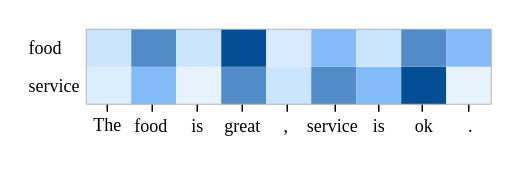
The draw.io diagram SemGCNAnalysis.drawio in zhaicao/images, before the edit. Source tidied: cells renumbered, new cells numbered last; positions are measured from the earlier drawing's top-left corner, leaving out a move shared by most shapes. Both pictures are drawn from the tidied source at 150%, with x=0, y=0 at pixel (26, 24).
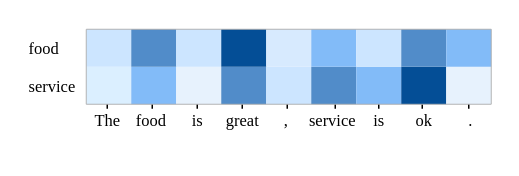
The same diagram, later.

Change to the diagram source:
```diff
@@
+    <mxCell id="42" value="service" style="text;html=1;align=left;verticalAlign=middle;strokeColor=none;fillColor=none;fontSize=11;fontFamily=Times New Roman;" parent="1" vertex="1">
+      <mxGeometry y="26" width="50" height="30" as="geometry" />
+    </mxCell>
+    <mxCell id="43" value="food" style="text;html=1;align=left;verticalAlign=middle;strokeColor=none;fillColor=none;fontSize=11;fontFamily=Times New Roman;" parent="1" vertex="1">
+      <mxGeometry y="0.5" width="40" height="30" as="geometry" />
+    </mxCell>
+    <mxCell id="44" style="endArrow=none;html=1;rounded=0;exitX=0;exitY=0;exitDx=0;exitDy=0;entryX=0;entryY=1;entryDx=0;entryDy=0;strokeColor=#adadad;strokeWidth=0.6;" parent="1" edge="1">
+      <mxGeometry relative="1" as="geometry">
+        <mxPoint x="40" y="3" as="sourcePoint" />
+        <mxPoint x="40" y="53" as="targetPoint" />
+      </mxGeometry>
+    </mxCell>
-    <mxCell id="22" value="&lt;font style=&quot;font-size: 12px;&quot;&gt;The&lt;/font&gt;" style="text;html=1;align=center;verticalAlign=middle;points=[];strokeColor=none;fillColor=none;fontSize=12;fontFamily=Times New Roman;" parent="1" vertex="1">
-      <mxGeometry x="34" y="52" width="40" height="30" as="geometry" />
+    <mxCell id="22" value="&lt;font style=&quot;font-size: 11px;&quot;&gt;The&lt;/font&gt;" style="text;html=1;align=center;verticalAlign=bottom;points=[];strokeColor=none;fillColor=none;fontSize=11;fontFamily=Times New Roman;" parent="1" vertex="1">
+      <mxGeometry x="34" y="43" width="40" height="30" as="geometry" />
     </mxCell>
-    <mxCell id="23" value="&lt;font style=&quot;font-size: 12px;&quot;&gt;food&lt;/font&gt;" style="text;html=1;align=center;verticalAlign=middle;strokeColor=none;fillColor=none;fontSize=12;fontFamily=Times New Roman;" parent="1" vertex="1">
-      <mxGeometry x="58" y="53" width="50" height="30" as="geometry" />
+    <mxCell id="23" value="&lt;font style=&quot;font-size: 11px;&quot;&gt;food&lt;/font&gt;" style="text;html=1;align=center;verticalAlign=bottom;strokeColor=none;fillColor=none;fontSize=11;fontFamily=Times New Roman;" parent="1" vertex="1">
+      <mxGeometry x="63" y="43" width="40" height="30" as="geometry" />
     </mxCell>
-    <mxCell id="24" value="&lt;font style=&quot;font-size: 12px;&quot;&gt;is&lt;/font&gt;" style="text;html=1;align=center;verticalAlign=middle;strokeColor=none;fillColor=none;fontSize=12;fontFamily=Times New Roman;" parent="1" vertex="1">
-      <mxGeometry x="99" y="53" width="30" height="30" as="geometry" />
-    </mxCell>
+    <mxCell id="45" value="&lt;font style=&quot;font-size: 11px;&quot;&gt;is&lt;/font&gt;" style="text;html=1;align=center;verticalAlign=bottom;strokeColor=none;fillColor=none;fontSize=11;fontFamily=Times New Roman;" parent="1" vertex="1">
+      <mxGeometry x="99" y="43" width="30" height="30" as="geometry" />
+    </mxCell>
-    <mxCell id="25" value="&lt;font style=&quot;font-size: 12px;&quot;&gt;great&lt;/font&gt;" style="text;html=1;align=center;verticalAlign=middle;strokeColor=none;fillColor=none;fontSize=12;fontFamily=Times New Roman;" parent="1" vertex="1">
-      <mxGeometry x="119" y="53" width="50" height="30" as="geometry" />
+    <mxCell id="25" value="&lt;font style=&quot;font-size: 11px;&quot;&gt;great&lt;/font&gt;" style="text;html=1;align=center;verticalAlign=bottom;strokeColor=none;fillColor=none;fontSize=11;fontFamily=Times New Roman;" parent="1" vertex="1">
+      <mxGeometry x="119" y="43" width="50" height="30" as="geometry" />
     </mxCell>
-    <mxCell id="26" value="&lt;font style=&quot;font-size: 12px;&quot;&gt;,&lt;/font&gt;" style="text;html=1;align=center;verticalAlign=middle;strokeColor=none;fillColor=none;fontSize=12;fontFamily=Times New Roman;" parent="1" vertex="1">
-      <mxGeometry x="158" y="53" width="30" height="30" as="geometry" />
+    <mxCell id="26" value="&lt;font style=&quot;font-size: 11px;&quot;&gt;,&lt;/font&gt;" style="text;html=1;align=center;verticalAlign=bottom;strokeColor=none;fillColor=none;fontSize=11;fontFamily=Times New Roman;" parent="1" vertex="1">
+      <mxGeometry x="158" y="43" width="30" height="30" as="geometry" />
     </mxCell>
-    <mxCell id="27" value="&lt;font style=&quot;font-size: 12px;&quot;&gt;service&lt;/font&gt;" style="text;html=1;align=center;verticalAlign=middle;strokeColor=none;fillColor=none;fontSize=12;fontFamily=Times New Roman;" parent="1" vertex="1">
-      <mxGeometry x="174" y="53" width="60" height="30" as="geometry" />
+    <mxCell id="27" value="&lt;font style=&quot;font-size: 11px;&quot;&gt;service&lt;/font&gt;" style="text;html=1;align=center;verticalAlign=bottom;strokeColor=none;fillColor=none;fontSize=11;fontFamily=Times New Roman;" parent="1" vertex="1">
+      <mxGeometry x="179" y="43" width="50" height="30" as="geometry" />
     </mxCell>
-    <mxCell id="28" value="&lt;span style=&quot;font-size: 12px;&quot;&gt;is&lt;/span&gt;" style="text;html=1;align=center;verticalAlign=middle;strokeColor=none;fillColor=none;fontSize=12;fontFamily=Times New Roman;" parent="1" vertex="1">
-      <mxGeometry x="220" y="53" width="30" height="30" as="geometry" />
-    </mxCell>
+    <mxCell id="46" value="&lt;span style=&quot;font-size: 11px;&quot;&gt;is&lt;/span&gt;" style="text;html=1;align=center;verticalAlign=bottom;strokeColor=none;fillColor=none;fontSize=11;fontFamily=Times New Roman;" parent="1" vertex="1">
+      <mxGeometry x="220" y="43" width="30" height="30" as="geometry" />
+    </mxCell>
-    <mxCell id="29" value="&lt;span style=&quot;font-size: 12px;&quot;&gt;ok&lt;/span&gt;" style="text;html=1;align=center;verticalAlign=middle;strokeColor=none;fillColor=none;fontSize=12;fontFamily=Times New Roman;" parent="1" vertex="1">
-      <mxGeometry x="245" y="53" width="40" height="30" as="geometry" />
+    <mxCell id="29" value="&lt;span style=&quot;font-size: 11px;&quot;&gt;ok&lt;/span&gt;" style="text;html=1;align=center;verticalAlign=bottom;strokeColor=none;fillColor=none;fontSize=11;fontFamily=Times New Roman;" parent="1" vertex="1">
+      <mxGeometry x="250" y="43" width="30" height="30" as="geometry" />
     </mxCell>
-    <mxCell id="30" value="&lt;span style=&quot;font-size: 12px;&quot;&gt;.&lt;/span&gt;" style="text;html=1;align=center;verticalAlign=middle;strokeColor=none;fillColor=none;fontSize=12;fontFamily=Times New Roman;fontStyle=0;" parent="1" vertex="1">
-      <mxGeometry x="281" y="53" width="30" height="30" as="geometry" />
+    <mxCell id="30" value="&lt;span style=&quot;font-size: 11px;&quot;&gt;.&lt;/span&gt;" style="text;html=1;align=center;verticalAlign=bottom;strokeColor=none;fillColor=none;fontSize=11;fontFamily=Times New Roman;fontStyle=0;" parent="1" vertex="1">
+      <mxGeometry x="281" y="43" width="30" height="30" as="geometry" />
     </mxCell>
-    <mxCell id="31" style="endArrow=none;html=1;rounded=0;fontFamily=Times New Roman;fontSize=11;strokeColor=none;" parent="1" edge="1" source="22">
-      <mxGeometry relative="1" as="geometry">
-        <mxPoint x="54" y="53" as="targetPoint" />
-      </mxGeometry>
-    </mxCell>
-    <mxCell id="32" style="endArrow=none;html=1;rounded=0;fontFamily=Times New Roman;fontSize=11;" parent="1" edge="1">
-      <mxGeometry relative="1" as="geometry">
-        <mxPoint x="84" y="58" as="sourcePoint" />
-        <mxPoint x="84" y="53" as="targetPoint" />
-      </mxGeometry>
-    </mxCell>
-    <mxCell id="33" style="endArrow=none;html=1;rounded=0;fontFamily=Times New Roman;fontSize=11;" parent="1" edge="1">
-      <mxGeometry relative="1" as="geometry">
-        <mxPoint x="114" y="58" as="sourcePoint" />
-        <mxPoint x="114" y="53" as="targetPoint" />
-      </mxGeometry>
-    </mxCell>
-    <mxCell id="34" style="endArrow=none;html=1;rounded=0;fontFamily=Times New Roman;fontSize=11;" parent="1" edge="1">
-      <mxGeometry relative="1" as="geometry">
-        <mxPoint x="144" y="58" as="sourcePoint" />
-        <mxPoint x="144" y="53" as="targetPoint" />
-      </mxGeometry>
-    </mxCell>
-    <mxCell id="35" style="endArrow=none;html=1;rounded=0;fontFamily=Times New Roman;fontSize=11;" parent="1" edge="1">
-      <mxGeometry relative="1" as="geometry">
-        <mxPoint x="174" y="58" as="sourcePoint" />
-        <mxPoint x="174" y="53" as="targetPoint" />
-      </mxGeometry>
-    </mxCell>
-    <mxCell id="36" style="endArrow=none;html=1;rounded=0;fontFamily=Times New Roman;fontSize=11;" parent="1" edge="1">
-      <mxGeometry relative="1" as="geometry">
-        <mxPoint x="206" y="58" as="sourcePoint" />
-        <mxPoint x="206" y="53" as="targetPoint" />
-      </mxGeometry>
-    </mxCell>
-    <mxCell id="37" style="endArrow=none;html=1;rounded=0;fontFamily=Times New Roman;fontSize=11;" parent="1" edge="1">
-      <mxGeometry relative="1" as="geometry">
-        <mxPoint x="235" y="58" as="sourcePoint" />
-        <mxPoint x="235" y="53" as="targetPoint" />
-      </mxGeometry>
-    </mxCell>
-    <mxCell id="38" style="endArrow=none;html=1;rounded=0;fontFamily=Times New Roman;fontSize=11;" parent="1" edge="1">
-      <mxGeometry relative="1" as="geometry">
-        <mxPoint x="264" y="58" as="sourcePoint" />
-        <mxPoint x="264" y="53" as="targetPoint" />
-      </mxGeometry>
-    </mxCell>
-    <mxCell id="39" style="endArrow=none;html=1;rounded=0;fontFamily=Times New Roman;fontSize=11;" parent="1" edge="1">
-      <mxGeometry relative="1" as="geometry">
-        <mxPoint x="295" y="58" as="sourcePoint" />
-        <mxPoint x="295" y="53" as="targetPoint" />
-      </mxGeometry>
-    </mxCell>
-    <mxCell id="40" style="endArrow=none;html=1;rounded=0;fontFamily=Times New Roman;fontSize=11;" parent="1" edge="1">
-      <mxGeometry relative="1" as="geometry">
-        <mxPoint x="54" y="58" as="sourcePoint" />
-        <mxPoint x="54" y="53" as="targetPoint" />
-      </mxGeometry>
-    </mxCell>
-    <mxCell id="41" style="endArrow=none;html=1;rounded=0;strokeColor=#adadad;strokeWidth=0.6;exitX=1;exitY=1;exitDx=0;exitDy=0;entryX=0;entryY=1;entryDx=0;entryDy=0;" parent="1" edge="1">
-      <mxGeometry relative="1" as="geometry">
-        <mxPoint x="310" y="53" as="sourcePoint" />
-        <mxPoint x="40" y="53" as="targetPoint" />
-      </mxGeometry>
-    </mxCell>
-    <mxCell id="42" value="service" style="text;html=1;align=left;verticalAlign=middle;strokeColor=none;fillColor=none;fontSize=12;fontFamily=Times New Roman;" parent="1" vertex="1">
-      <mxGeometry y="26" width="60" height="30" as="geometry" />
-    </mxCell>
-    <mxCell id="43" value="food" style="text;html=1;align=left;verticalAlign=middle;strokeColor=none;fillColor=none;fontSize=12;fontFamily=Times New Roman;" parent="1" vertex="1">
-      <mxGeometry y="0.5" width="50" height="30" as="geometry" />
-    </mxCell>
-    <mxCell id="44" style="endArrow=none;html=1;rounded=0;exitX=0;exitY=0;exitDx=0;exitDy=0;entryX=0;entryY=1;entryDx=0;entryDy=0;strokeColor=#adadad;strokeWidth=0.6;" parent="1" edge="1">
-      <mxGeometry relative="1" as="geometry">
-        <mxPoint x="40" y="3" as="sourcePoint" />
-        <mxPoint x="40" y="53" as="targetPoint" />
-      </mxGeometry>
-    </mxCell>
+    <mxCell id="47" style="endArrow=none;html=1;rounded=0;fontFamily=Times New Roman;fontSize=11;strokeColor=none;verticalAlign=bottom;" parent="1" edge="1" source="22">
+      <mxGeometry relative="1" as="geometry">
+        <mxPoint x="54" y="53" as="targetPoint" />
+      </mxGeometry>
+    </mxCell>
+    <mxCell id="48" style="endArrow=none;html=1;rounded=0;fontFamily=Times New Roman;fontSize=11;verticalAlign=bottom;" parent="1" edge="1">
+      <mxGeometry relative="1" as="geometry">
+        <mxPoint x="84" y="56" as="sourcePoint" />
+        <mxPoint x="84" y="53" as="targetPoint" />
+      </mxGeometry>
+    </mxCell>
+    <mxCell id="49" style="endArrow=none;html=1;rounded=0;fontFamily=Times New Roman;fontSize=11;verticalAlign=bottom;" parent="1" edge="1">
+      <mxGeometry relative="1" as="geometry">
+        <mxPoint x="114" y="56" as="sourcePoint" />
+        <mxPoint x="114" y="53" as="targetPoint" />
+      </mxGeometry>
+    </mxCell>
+    <mxCell id="50" style="endArrow=none;html=1;rounded=0;fontFamily=Times New Roman;fontSize=11;verticalAlign=bottom;" parent="1" edge="1">
+      <mxGeometry relative="1" as="geometry">
+        <mxPoint x="144" y="56" as="sourcePoint" />
+        <mxPoint x="144" y="53" as="targetPoint" />
+      </mxGeometry>
+    </mxCell>
+    <mxCell id="51" style="endArrow=none;html=1;rounded=0;fontFamily=Times New Roman;fontSize=11;verticalAlign=bottom;" parent="1" edge="1">
+      <mxGeometry relative="1" as="geometry">
+        <mxPoint x="174" y="56" as="sourcePoint" />
+        <mxPoint x="174" y="53" as="targetPoint" />
+      </mxGeometry>
+    </mxCell>
+    <mxCell id="52" style="endArrow=none;html=1;rounded=0;fontFamily=Times New Roman;fontSize=11;verticalAlign=bottom;" parent="1" edge="1">
+      <mxGeometry relative="1" as="geometry">
+        <mxPoint x="206" y="56" as="sourcePoint" />
+        <mxPoint x="206" y="53" as="targetPoint" />
+      </mxGeometry>
+    </mxCell>
+    <mxCell id="53" style="endArrow=none;html=1;rounded=0;fontFamily=Times New Roman;fontSize=11;verticalAlign=bottom;" parent="1" edge="1">
+      <mxGeometry relative="1" as="geometry">
+        <mxPoint x="235" y="56" as="sourcePoint" />
+        <mxPoint x="235" y="53" as="targetPoint" />
+      </mxGeometry>
+    </mxCell>
+    <mxCell id="54" style="endArrow=none;html=1;rounded=0;fontFamily=Times New Roman;fontSize=11;verticalAlign=bottom;" parent="1" edge="1">
+      <mxGeometry relative="1" as="geometry">
+        <mxPoint x="264" y="56" as="sourcePoint" />
+        <mxPoint x="264" y="53" as="targetPoint" />
+      </mxGeometry>
+    </mxCell>
+    <mxCell id="55" style="endArrow=none;html=1;rounded=0;fontFamily=Times New Roman;fontSize=11;verticalAlign=bottom;" parent="1" edge="1">
+      <mxGeometry relative="1" as="geometry">
+        <mxPoint x="295" y="56" as="sourcePoint" />
+        <mxPoint x="295" y="53" as="targetPoint" />
+      </mxGeometry>
+    </mxCell>
+    <mxCell id="56" style="endArrow=none;html=1;rounded=0;fontFamily=Times New Roman;fontSize=11;verticalAlign=bottom;" parent="1" edge="1">
+      <mxGeometry relative="1" as="geometry">
+        <mxPoint x="54" y="56" as="sourcePoint" />
+        <mxPoint x="54" y="53" as="targetPoint" />
+      </mxGeometry>
+    </mxCell>
+    <mxCell id="57" style="endArrow=none;html=1;rounded=0;strokeColor=#adadad;strokeWidth=0.6;exitX=1;exitY=1;exitDx=0;exitDy=0;entryX=0;entryY=1;entryDx=0;entryDy=0;verticalAlign=bottom;" parent="1" edge="1">
+      <mxGeometry relative="1" as="geometry">
+        <mxPoint x="310" y="53" as="sourcePoint" />
+        <mxPoint x="40" y="53" as="targetPoint" />
+      </mxGeometry>
+    </mxCell>
```
